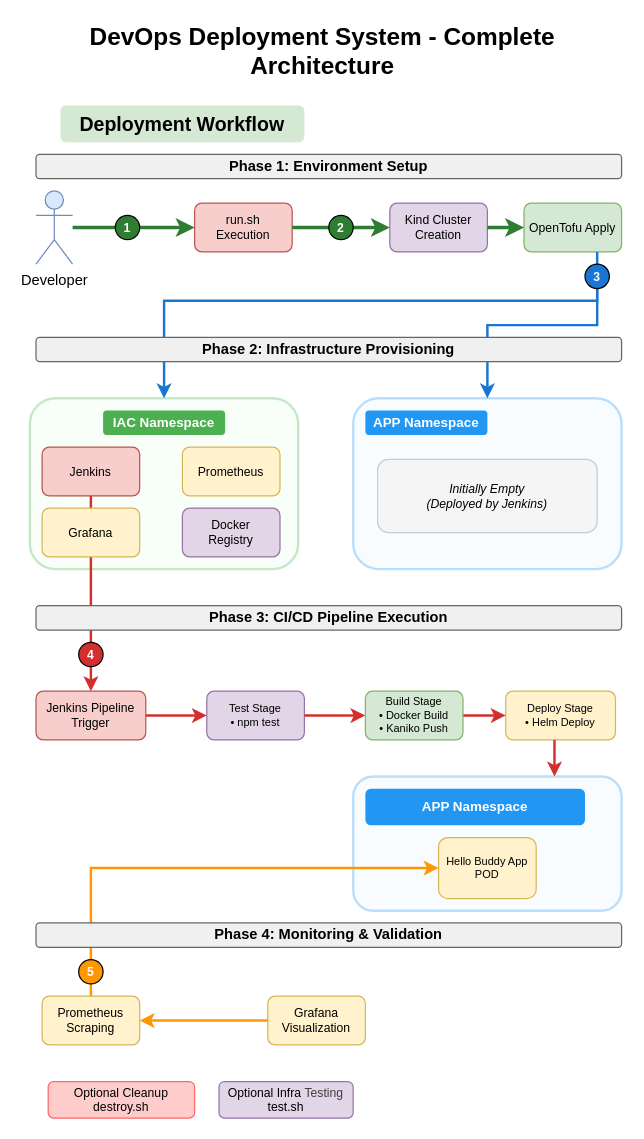
This is deployment-system/deployment-system-diagram.drawio from codegik/devops, a draw.io file, before an edit. Source tidied: cells renumbered, new cells numbered last; positions are measured from the earlier drawing's top-left corner, leaving out a move shared by most shapes. Both pictures are drawn from the tidied source at 122%, with x=0, y=0 at pixel (29, 32).
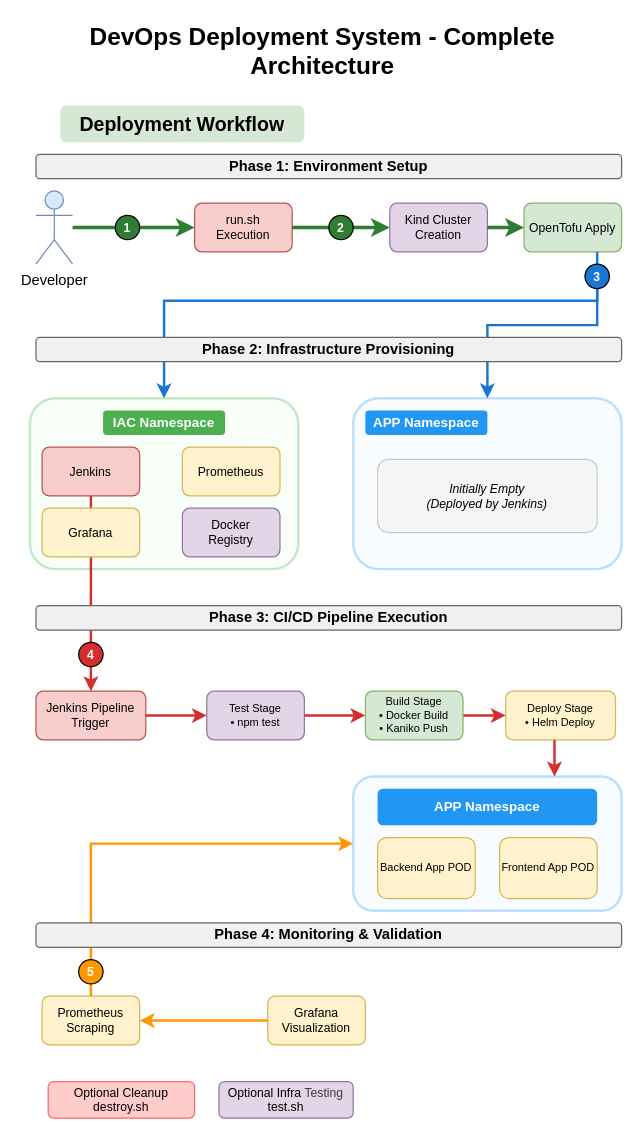
The same page after the edit.

Unchanged cells that the change refers to:
```xml
<mxCell id="20" style="rounded=1;whiteSpace=wrap;html=1;fillColor=#e6f3ff;strokeColor=#2196F3;strokeWidth=2;opacity=30;" parent="1" vertex="1">
  <mxGeometry x="265" y="610" width="220" height="110" as="geometry" />
</mxCell>
<mxCell id="23" value="Prometheus&#10;Scraping" style="rounded=1;whiteSpace=wrap;html=1;fillColor=#fff2cc;strokeColor=#d6b656;fontSize=10;" parent="1" vertex="1">
  <mxGeometry x="10" y="790" width="80" height="40" as="geometry" />
</mxCell>
```

What changed in the source:
```diff
@@
     <mxCell id="21" value="APP Namespace" style="text;html=1;strokeColor=none;fillColor=#2196F3;fontColor=white;align=center;verticalAlign=middle;whiteSpace=wrap;rounded=1;fontSize=11;fontStyle=1;" parent="1" vertex="1">
-      <mxGeometry x="275" y="620" width="180" height="30" as="geometry" />
+      <mxGeometry x="285" y="620" width="180" height="30" as="geometry" />
     </mxCell>
-    <mxCell id="22" value="&lt;span style=&quot;color: rgb(0, 0, 0);&quot;&gt;Hello Buddy App POD&lt;/span&gt;" style="rounded=1;whiteSpace=wrap;html=1;fillColor=#fff2cc;strokeColor=#d6b656;fontSize=9;" parent="1" vertex="1">
-      <mxGeometry x="335" y="660" width="80" height="50" as="geometry" />
+    <mxCell id="22" value="&lt;span style=&quot;color: rgb(0, 0, 0);&quot;&gt;Backend App POD&lt;/span&gt;" style="rounded=1;whiteSpace=wrap;html=1;fillColor=#fff2cc;strokeColor=#d6b656;fontSize=9;" parent="1" vertex="1">
+      <mxGeometry x="285" y="660" width="80" height="50" as="geometry" />
     </mxCell>
@@
-    <mxCell id="42" style="edgeStyle=orthogonalEdgeStyle;rounded=0;jettySize=auto;html=1;strokeColor=#FF9800;strokeWidth=2;startArrow=classic;startFill=1;endArrow=none;endFill=0;exitX=0;exitY=0.5;exitDx=0;exitDy=0;entryX=0.5;entryY=0;entryDx=0;entryDy=0;" parent="1" edge="1" source="22" target="23">
+    <mxCell id="42" style="edgeStyle=orthogonalEdgeStyle;rounded=0;jettySize=auto;html=1;strokeColor=#FF9800;strokeWidth=2;startArrow=classic;startFill=1;endArrow=none;endFill=0;exitX=0;exitY=0.5;exitDx=0;exitDy=0;entryX=0.5;entryY=0;entryDx=0;entryDy=0;" parent="1" edge="1" source="20" target="23">
       <mxGeometry relative="1" as="geometry" />
     </mxCell>
@@
+    <mxCell id="49" value="&lt;span style=&quot;color: rgb(0, 0, 0);&quot;&gt;Frontend App POD&lt;/span&gt;" style="rounded=1;whiteSpace=wrap;html=1;fillColor=#fff2cc;strokeColor=#d6b656;fontSize=9;" parent="1" vertex="1">
+      <mxGeometry x="385" y="660" width="80" height="50" as="geometry" />
+    </mxCell>
```
